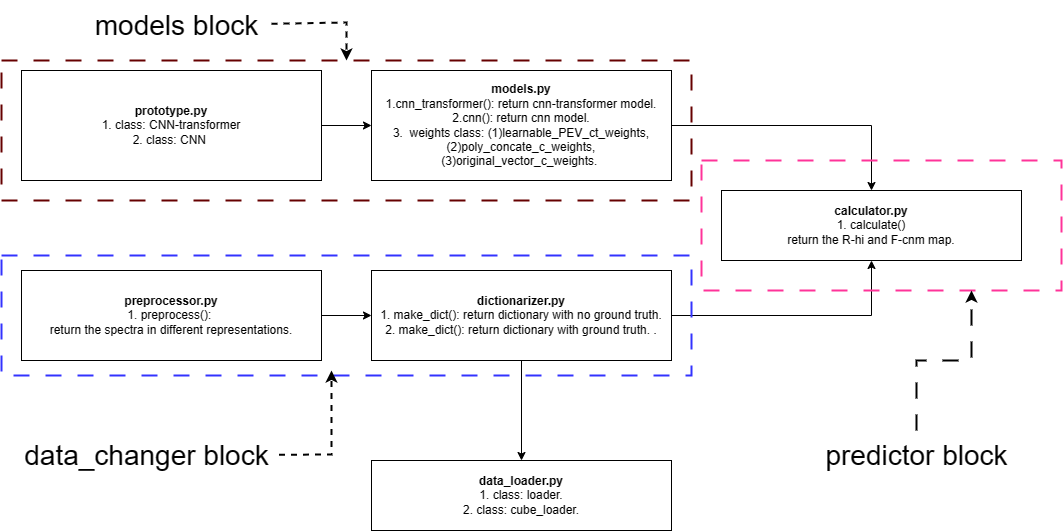
Before: structure.png, a diagram exported from draw.io (HaiyangTa/tano_signal). Source tidied: cells renumbered, new cells last; positions are measured from the earlier drawing's top-left corner, leaving out a move shared by most shapes.
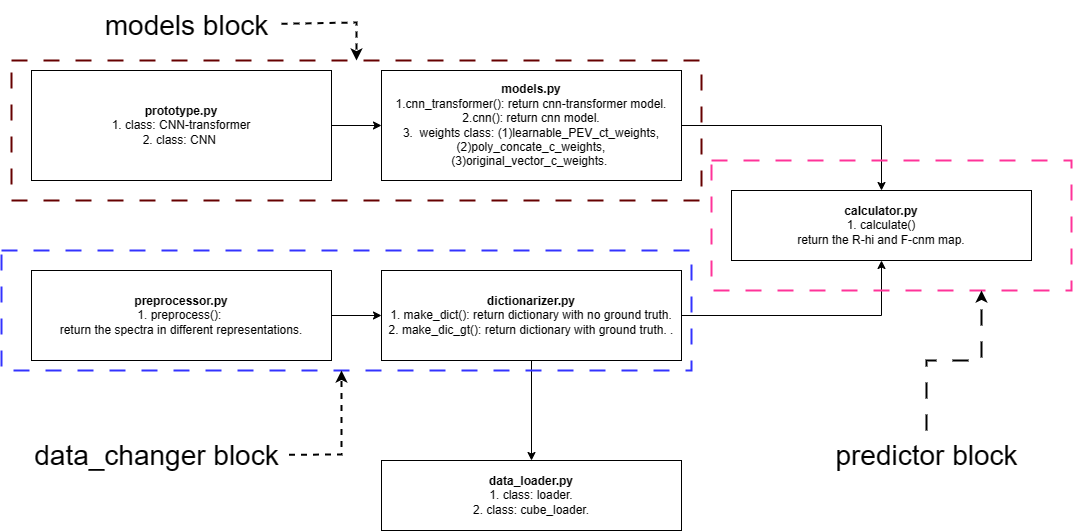
Later version of the same file.

Diff of the diagram source:
```diff
@@ -26,7 +26,7 @@
     <mxCell id="9" style="edgeStyle=orthogonalEdgeStyle;rounded=0;jettySize=auto;html=1;exitX=0.5;exitY=1;exitDx=0;exitDy=0;entryX=0.5;entryY=0;entryDx=0;entryDy=0;" parent="1" edge="1" source="10" target="12">
       <mxGeometry relative="1" as="geometry" />
     </mxCell>
-    <mxCell id="10" value="&lt;b&gt;dictionarizer.py&lt;/b&gt;&lt;br&gt;1. make_dict(): return dictionary with no ground truth.&lt;br&gt;2. make_dict(): return dictionary with ground truth. ." style="rounded=0;whiteSpace=wrap;html=1;" parent="1" vertex="1">
+    <mxCell id="10" value="&lt;b&gt;dictionarizer.py&lt;/b&gt;&lt;br&gt;1. make_dict(): return dictionary with no ground truth.&lt;br&gt;2. make_dic_gt(): return dictionary with ground truth. ." style="rounded=0;whiteSpace=wrap;html=1;" parent="1" vertex="1">
       <mxGeometry x="370" y="270" width="300" height="90" as="geometry" />
     </mxCell>
     <mxCell id="11" value="&lt;b&gt;calculator.py&lt;/b&gt;&lt;br&gt;1. calculate()&lt;br&gt;return the R-hi and F-cnm map." style="rounded=0;whiteSpace=wrap;html=1;" parent="1" vertex="1">
@@ -36,7 +36,7 @@
       <mxGeometry x="370" y="460" width="300" height="70" as="geometry" />
     </mxCell>
     <mxCell id="13" style="rounded=0;whiteSpace=wrap;html=1;fillColor=none;dashed=1;dashPattern=8 8;strokeWidth=2;strokeColor=#3333FF;" parent="1" vertex="1">
-      <mxGeometry y="255" width="690" height="120" as="geometry" />
+      <mxGeometry x="-10" y="250" width="690" height="120" as="geometry" />
     </mxCell>
     <mxCell id="14" style="rounded=0;whiteSpace=wrap;html=1;fillColor=none;dashed=1;dashPattern=8 8;strokeWidth=2;strokeColor=#660000;" parent="1" vertex="1">
       <mxGeometry y="60" width="690" height="140" as="geometry" />
```
